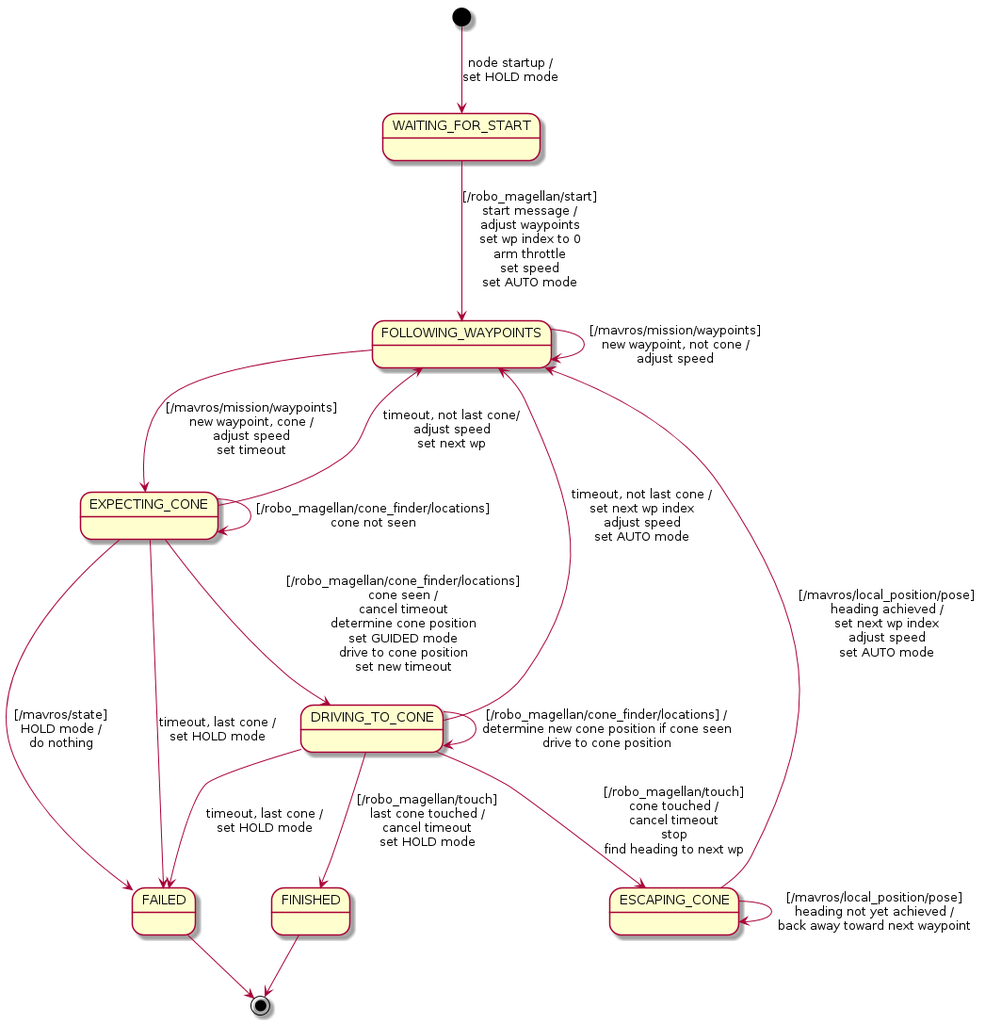
This is doc/state-diagram.png from ProgrammingRobotsStudyGroup/robo_magellan, a PlantUML export, as it was before one commit.
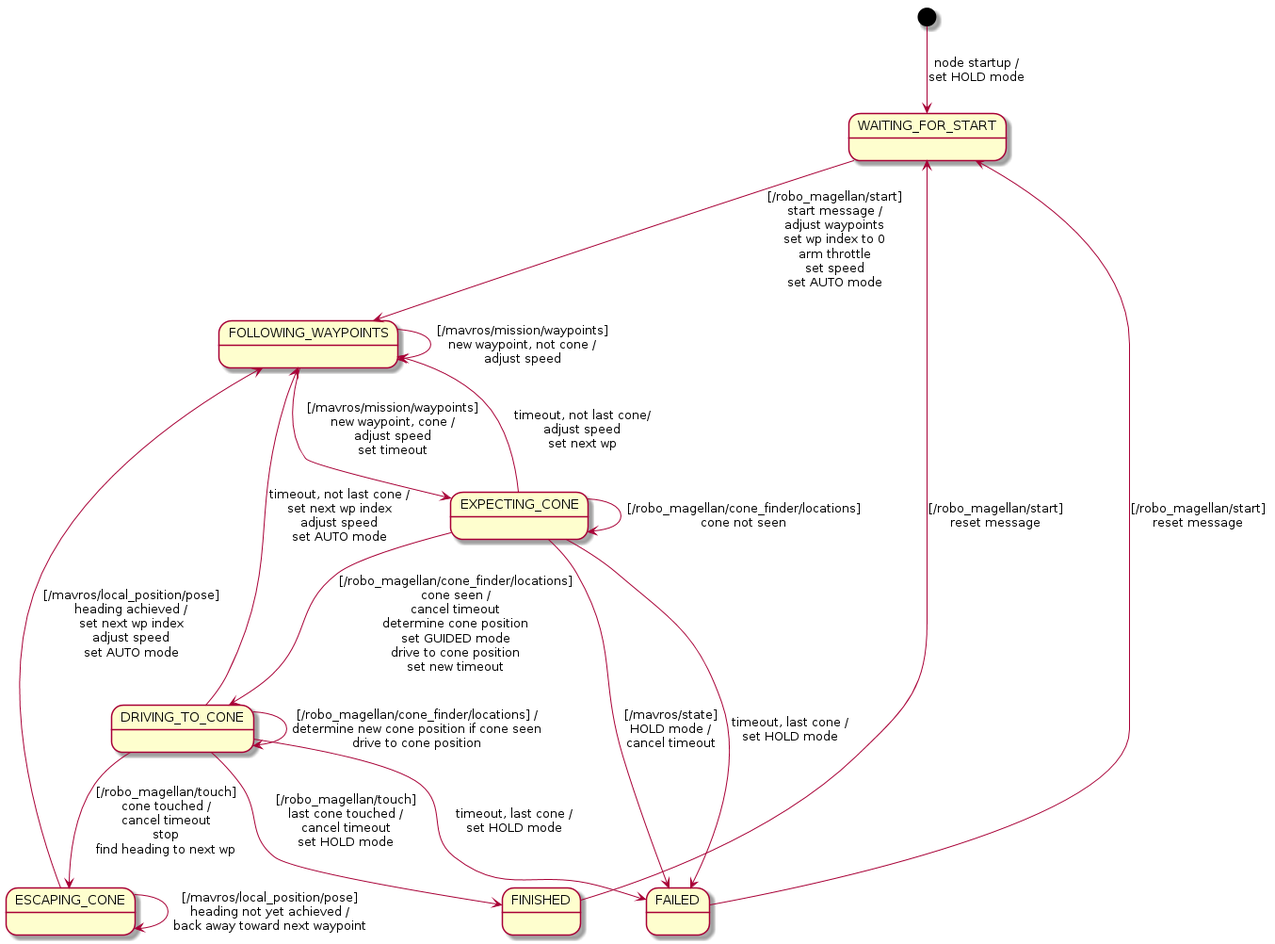
After the commit.

Commit message:
Added more details to states and more transitions

What changed in the source:
```diff
@@ -12,7 +12,7 @@
 state "EXPECTING_CONE" as expectingCone
 expectingCone --> expectingCone : [/robo_magellan/cone_finder/locations]\ncone not seen
 expectingCone --> drivingToCone : [/robo_magellan/cone_finder/locations]\ncone seen /\ncancel timeout\ndetermine cone position\nset GUIDED mode\ndrive to cone position\nset new timeout
-expectingCone --> failed : [/mavros/state]\nHOLD mode /\ndo nothing
+expectingCone --> failed : [/mavros/state]\nHOLD mode /\ncancel timeout
 expectingCone --> followingWaypoints : timeout, not last cone/\nadjust speed\nset next wp
 expectingCone --> failed : timeout, last cone /\nset HOLD mode
 
@@ -28,9 +28,9 @@
 escapingCone --> followingWaypoints : [/mavros/local_position/pose]\nheading achieved /\nset next wp index\nadjust speed\nset AUTO mode
 
 state "FINISHED" as finished
-finished --> [*]
+finished --> waitingForStart : [/robo_magellan/start]\nreset message
 
 state "FAILED" as failed
-failed --> [*]
+failed --> waitingForStart : [/robo_magellan/start]\nreset message
 
 @enduml
```
